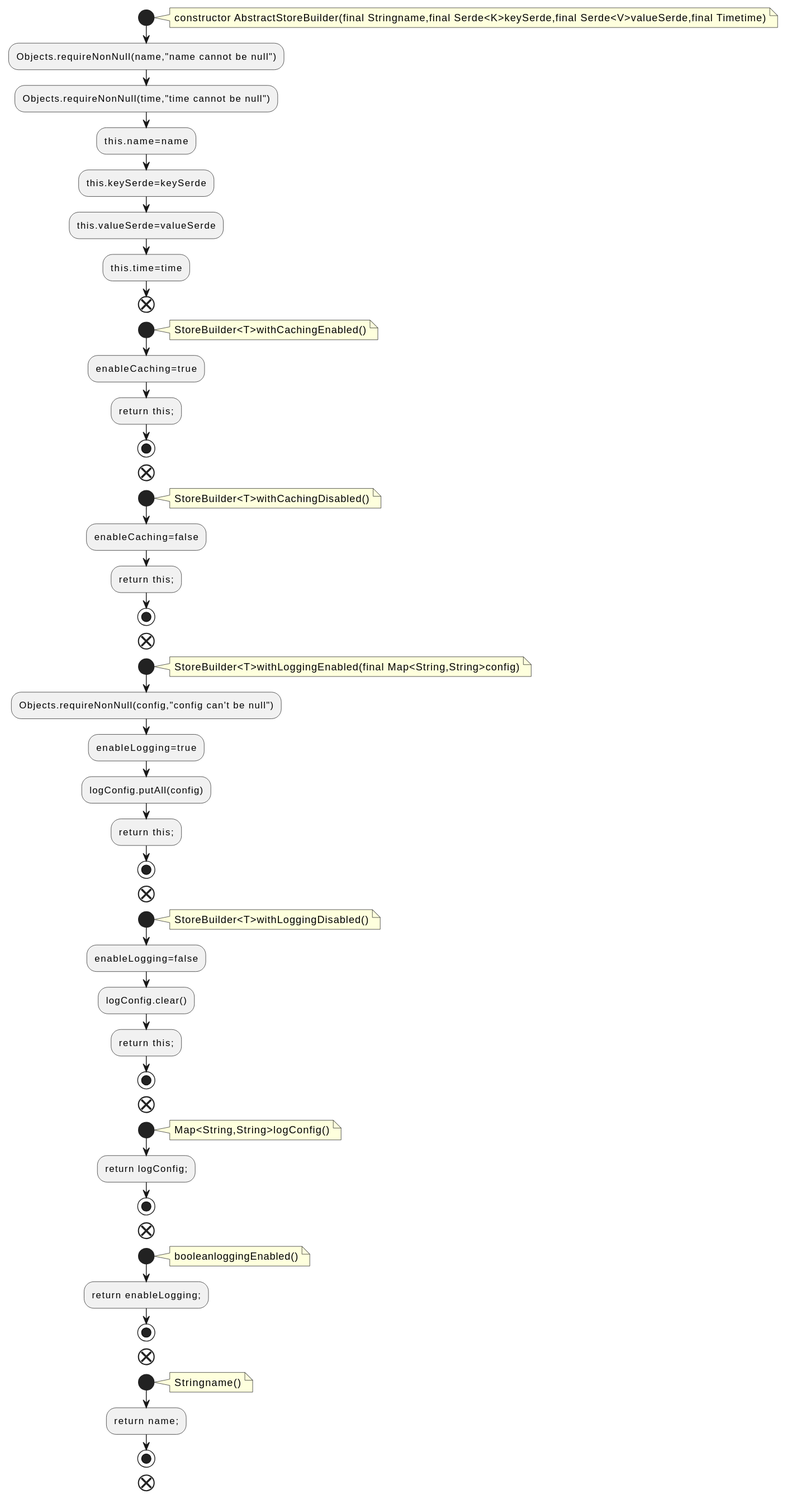
Earlier version of the PlantUML export docs/qc/streams/src/main/java/org/apache/kafka/streams/state/internals/AbstractStoreBuilder.java.fct.svg (qualitesys/kafka). The source it was exported from:
```plantuml
@startuml
!pragma layout smetana
start
note right
constructor AbstractStoreBuilder(final Stringname,final Serde<K>keySerde,final Serde<V>valueSerde,final Timetime)
end note
:Objects.requireNonNull(name,"name cannot be null");
:Objects.requireNonNull(time,"time cannot be null");
:this.name=name;
:this.keySerde=keySerde;
:this.valueSerde=valueSerde;
:this.time=time;
end
start
note right
StoreBuilder<T>withCachingEnabled()
end note
:enableCaching=true;
:return this;;
stop
end
start
note right
StoreBuilder<T>withCachingDisabled()
end note
:enableCaching=false;
:return this;;
stop
end
start
note right
StoreBuilder<T>withLoggingEnabled(final Map<String,String>config)
end note
:Objects.requireNonNull(config,"config can't be null");
:enableLogging=true;
:logConfig.putAll(config);
:return this;;
stop
end
start
note right
StoreBuilder<T>withLoggingDisabled()
end note
:enableLogging=false;
:logConfig.clear();
:return this;;
stop
end
start
note right
Map<String,String>logConfig()
end note
:return logConfig;;
stop
end
start
note right
booleanloggingEnabled()
end note
:return enableLogging;;
stop
end
start
note right
Stringname()
end note
:return name;;
stop
end
@enduml
```
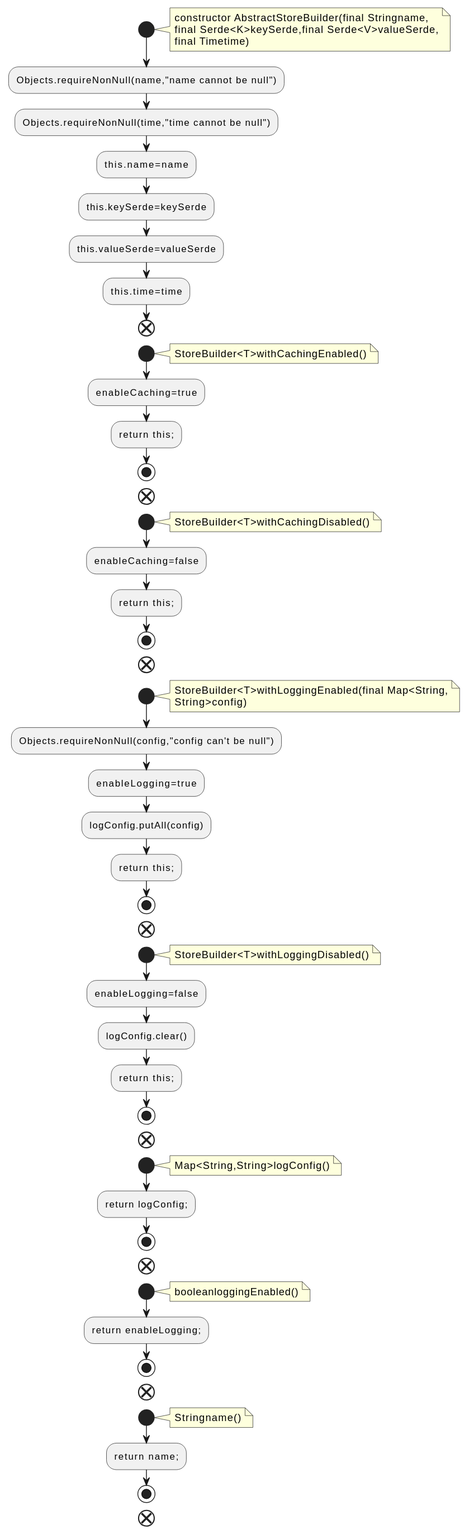
The same diagram one commit later.

Change to the diagram source:
```diff
@@ -2,7 +2,9 @@
 !pragma layout smetana
 start
 note right
-constructor AbstractStoreBuilder(final Stringname,final Serde<K>keySerde,final Serde<V>valueSerde,final Timetime)
+constructor AbstractStoreBuilder(final Stringname,
+final Serde<K>keySerde,final Serde<V>valueSerde,
+final Timetime)
 end note
 :Objects.requireNonNull(name,"name cannot be null");
 :Objects.requireNonNull(time,"time cannot be null");
@@ -29,7 +31,8 @@
 end
 start
 note right
-StoreBuilder<T>withLoggingEnabled(final Map<String,String>config)
+StoreBuilder<T>withLoggingEnabled(final Map<String,
+String>config)
 end note
 :Objects.requireNonNull(config,"config can't be null");
 :enableLogging=true;
```
